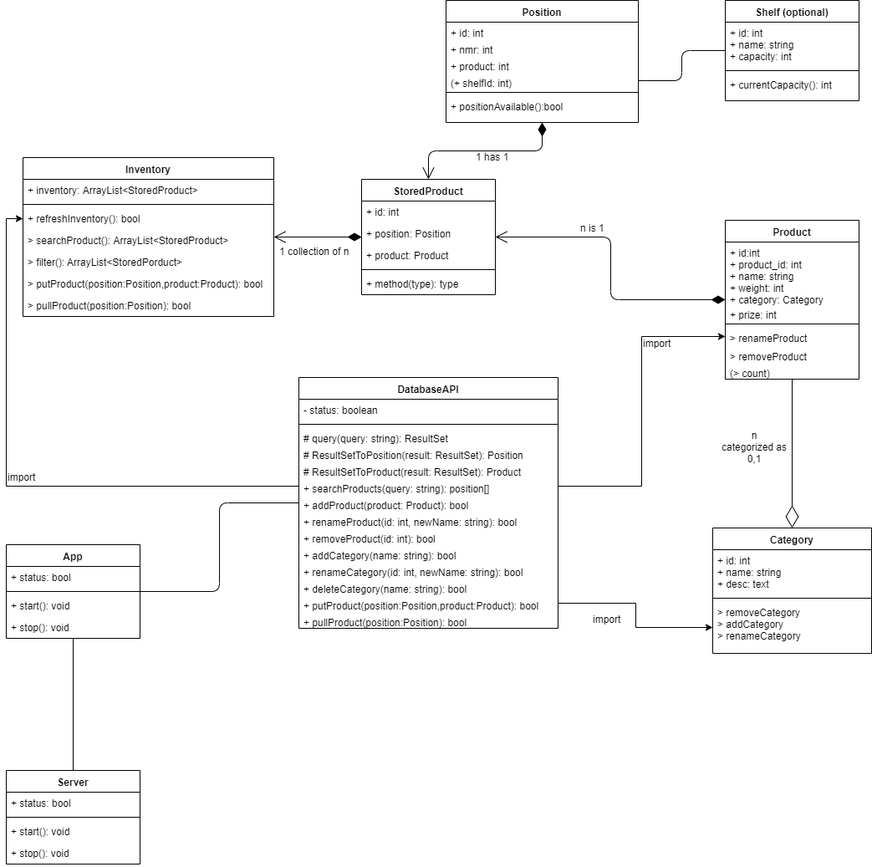
Above: dev/models/UML Klassendiagram.png in callidaria/pen-testing (draw.io), before the change. Source tidied: cells renumbered, new cells last; positions are measured from the earlier drawing's top-left corner, leaving out a move shared by most shapes.
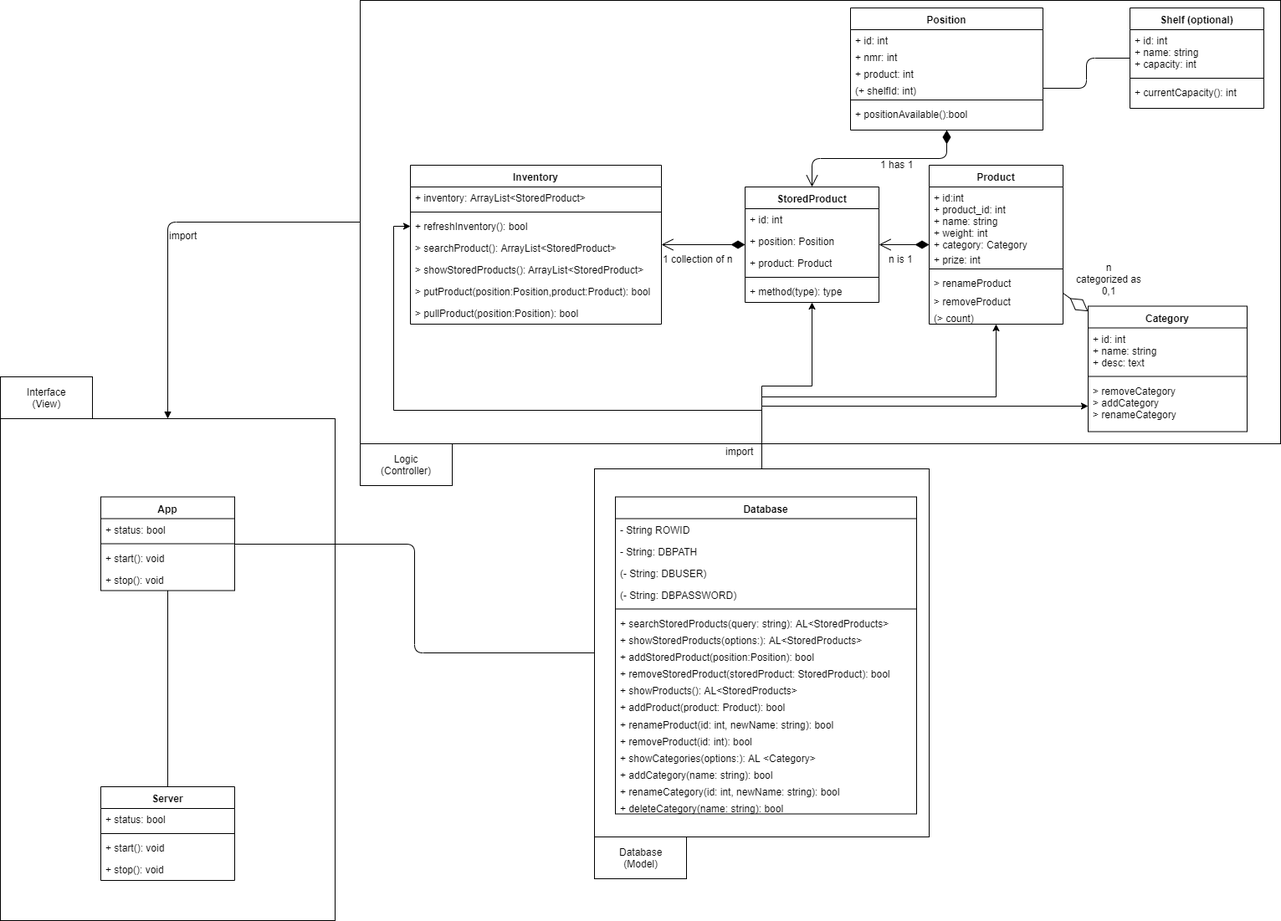
Later version of the same file.

Commit message:
Suggesting new UML KD with 3 packages (database, interface, logic) according to MVC philosophy.

Change to the diagram source:
```diff
@@ -2,6 +2,15 @@
   <root>
     <mxCell id="0" />
     <mxCell id="1" parent="0" />
+    <mxCell id="80" style="rounded=0;whiteSpace=wrap;html=1;" parent="1" vertex="1">
+      <mxGeometry x="-60" y="-9" width="1100" height="530" as="geometry" />
+    </mxCell>
+    <mxCell id="81" style="rounded=0;whiteSpace=wrap;html=1;" parent="1" vertex="1">
+      <mxGeometry x="220" y="551" width="400" height="440" as="geometry" />
+    </mxCell>
+    <mxCell id="82" style="rounded=0;whiteSpace=wrap;html=1;" parent="1" vertex="1">
+      <mxGeometry x="-490" y="491" width="400" height="600" as="geometry" />
+    </mxCell>
     <mxCell id="2" value="Shelf (optional)" style="swimlane;fontStyle=1;align=center;verticalAlign=top;horizontal=1;startSize=26;" parent="1" vertex="1">
       <mxGeometry x="860" width="160" height="120" as="geometry" />
     </mxCell>
@@ -36,7 +45,7 @@
       <mxGeometry y="114" width="230" height="32" as="geometry" />
     </mxCell>
     <mxCell id="13" value="Product" style="swimlane;fontStyle=1;align=center;verticalAlign=top;horizontal=1;startSize=26;" parent="1" vertex="1">
-      <mxGeometry x="860" y="263" width="160" height="190" as="geometry" />
+      <mxGeometry x="620" y="188" width="160" height="190" as="geometry" />
     </mxCell>
     <mxCell id="14" value="+ id:int&#10;+ product_id: int&#10;+ name: string&#10;+ weight: int&#10;+ category: Category" style="text;strokeColor=none;fillColor=none;align=left;verticalAlign=top;spacingLeft=4;spacingRight=4;overflow=hidden;" parent="13" vertex="1">
       <mxGeometry y="26" width="160" height="74" as="geometry" />
@@ -57,7 +66,7 @@
       <mxGeometry y="170" width="160" height="20" as="geometry" />
     </mxCell>
     <mxCell id="20" value="Category" style="swimlane;fontStyle=1;align=center;verticalAlign=top;horizontal=1;startSize=26;" parent="1" vertex="1">
-      <mxGeometry x="845" y="631" width="190" height="150" as="geometry" />
+      <mxGeometry x="810" y="356.5" width="190" height="150" as="geometry" />
     </mxCell>
     <mxCell id="21" value="+ id: int&#10;+ name: string&#10;+ desc: text" style="text;strokeColor=none;fillColor=none;align=left;verticalAlign=top;spacingLeft=4;spacingRight=4;overflow=hidden;" parent="20" vertex="1">
       <mxGeometry y="26" width="190" height="54" as="geometry" />
@@ -69,61 +78,76 @@
       <mxGeometry y="88" width="190" height="62" as="geometry" />
     </mxCell>
     <mxCell id="24" value="n&lt;br&gt;categorized as&lt;br&gt;0,1" style="text;html=1;align=center;verticalAlign=top;spacingTop=-4;" parent="1" vertex="1">
-      <mxGeometry x="850" y="511" width="90" height="40" as="geometry" />
+      <mxGeometry x="790" y="301" width="90" height="40" as="geometry" />
     </mxCell>
-    <mxCell id="25" style="edgeStyle=orthogonalEdgeStyle;rounded=0;jettySize=auto;html=1;exitX=0;exitY=0.5;exitDx=0;exitDy=0;entryX=0;entryY=0.5;entryDx=0;entryDy=0;" parent="1" edge="1" source="32" target="45">
-      <mxGeometry relative="1" as="geometry" />
+    <mxCell id="25" style="edgeStyle=orthogonalEdgeStyle;rounded=0;jettySize=auto;html=1;entryX=0;entryY=0.5;entryDx=0;entryDy=0;" parent="1" edge="1" source="81" target="45">
+      <mxGeometry relative="1" as="geometry">
+        <Array as="points">
+          <mxPoint x="420" y="481" />
+          <mxPoint x="-20" y="481" />
+          <mxPoint x="-20" y="261" />
+        </Array>
+      </mxGeometry>
     </mxCell>
-    <mxCell id="26" value="DatabaseAPI" style="swimlane;fontStyle=1;align=center;verticalAlign=top;horizontal=1;startSize=26;" parent="1" vertex="1">
-      <mxGeometry x="350" y="451" width="310" height="300" as="geometry" />
+    <mxCell id="26" value="Database" style="swimlane;fontStyle=1;align=center;verticalAlign=top;horizontal=1;startSize=26;" parent="1" vertex="1">
+      <mxGeometry x="245" y="584.5" width="360" height="379" as="geometry" />
     </mxCell>
-    <mxCell id="27" value="- status: boolean" style="text;strokeColor=none;fillColor=none;align=left;verticalAlign=top;spacingLeft=4;spacingRight=4;overflow=hidden;" parent="26" vertex="1">
-      <mxGeometry y="26" width="310" height="26" as="geometry" />
+    <mxCell id="27" value="- String ROWID&#10;&#9;&#10;&#9;String DBPATH = &quot;D:\\\\Projects\\\\Java Projects\\\\pen-testing\\\\sqlite\\\\db.pen_testing.db&quot;;&#10;&#9;&#10;&#9;String DBUSER = &quot;root&quot;;&#10;&#9;&#10;&#9;String DBPASSWORD = &quot;password&quot;;" style="text;strokeColor=none;fillColor=none;align=left;verticalAlign=top;spacingLeft=4;spacingRight=4;overflow=hidden;" parent="26" vertex="1">
+      <mxGeometry y="26" width="360" height="26" as="geometry" />
     </mxCell>
+    <mxCell id="83" value="- String: DBPATH" style="text;strokeColor=none;fillColor=none;align=left;verticalAlign=top;spacingLeft=4;spacingRight=4;overflow=hidden;" parent="26" vertex="1">
+      <mxGeometry y="52" width="360" height="26" as="geometry" />
+    </mxCell>
+    <mxCell id="84" value="(- String: DBUSER)" style="text;strokeColor=none;fillColor=none;align=left;verticalAlign=top;spacingLeft=4;spacingRight=4;overflow=hidden;" parent="26" vertex="1">
+      <mxGeometry y="78" width="360" height="26" as="geometry" />
+    </mxCell>
+    <mxCell id="85" value="(- String: DBPASSWORD)" style="text;strokeColor=none;fillColor=none;align=left;verticalAlign=top;spacingLeft=4;spacingRight=4;overflow=hidden;" parent="26" vertex="1">
+      <mxGeometry y="104" width="360" height="26" as="geometry" />
+    </mxCell>
     <mxCell id="28" style="line;strokeWidth=1;fillColor=none;align=left;verticalAlign=middle;spacingTop=-1;spacingLeft=3;spacingRight=3;labelPosition=right;" parent="26" vertex="1">
-      <mxGeometry y="52" width="310" height="8" as="geometry" />
+      <mxGeometry y="130" width="360" height="8" as="geometry" />
     </mxCell>
-    <mxCell id="29" value="# query(query: string): ResultSet" style="text;strokeColor=none;fillColor=none;align=left;verticalAlign=top;spacingLeft=4;spacingRight=4;overflow=hidden;" parent="26" vertex="1">
-      <mxGeometry y="60" width="310" height="20" as="geometry" />
-    </mxCell>
-    <mxCell id="30" value="# ResultSetToPosition(result: ResultSet): Position" style="text;strokeColor=none;fillColor=none;align=left;verticalAlign=top;spacingLeft=4;spacingRight=4;overflow=hidden;" parent="26" vertex="1">
-      <mxGeometry y="80" width="310" height="20" as="geometry" />
-    </mxCell>
-    <mxCell id="31" value="# ResultSetToProduct(result: ResultSet): Product" style="text;strokeColor=none;fillColor=none;align=left;verticalAlign=top;spacingLeft=4;spacingRight=4;overflow=hidden;" parent="26" vertex="1">
-      <mxGeometry y="100" width="310" height="20" as="geometry" />
-    </mxCell>
-    <mxCell id="32" value="+ searchProducts(query: string): position[]" style="text;strokeColor=none;fillColor=none;align=left;verticalAlign=top;spacingLeft=4;spacingRight=4;overflow=hidden;points=[[0,0.5],[1,0.5]];portConstraint=eastwest;" parent="26" vertex="1">
-      <mxGeometry y="120" width="310" height="20" as="geometry" />
+    <mxCell id="32" value="+ searchStoredProducts(query: string): AL&lt;StoredProducts&gt;" style="text;strokeColor=none;fillColor=none;align=left;verticalAlign=top;spacingLeft=4;spacingRight=4;overflow=hidden;points=[[0,0.5],[1,0.5]];portConstraint=eastwest;" parent="26" vertex="1">
+      <mxGeometry y="138" width="360" height="20" as="geometry" />
     </mxCell>
+    <mxCell id="86" value="+ showStoredProducts(options:): AL&lt;StoredProducts&gt;" style="text;strokeColor=none;fillColor=none;align=left;verticalAlign=top;spacingLeft=4;spacingRight=4;overflow=hidden;" parent="26" vertex="1">
+      <mxGeometry y="158" width="360" height="20" as="geometry" />
+    </mxCell>
+    <mxCell id="40" value="+ addStoredProduct(position:Position): bool" style="text;strokeColor=none;fillColor=none;align=left;verticalAlign=top;spacingLeft=4;spacingRight=4;overflow=hidden;" parent="26" vertex="1">
+      <mxGeometry y="178" width="360" height="20" as="geometry" />
+    </mxCell>
+    <mxCell id="39" value="+ removeStoredProduct(storedProduct: StoredProduct): bool" style="text;strokeColor=none;fillColor=none;align=left;verticalAlign=top;spacingLeft=4;spacingRight=4;overflow=hidden;points=[[0,0.5],[1,0.5]];portConstraint=eastwest;" parent="26" vertex="1">
+      <mxGeometry y="198" width="360" height="20" as="geometry" />
+    </mxCell>
+    <mxCell id="87" value="+ showProducts(): AL&lt;StoredProducts&gt;" style="text;strokeColor=none;fillColor=none;align=left;verticalAlign=top;spacingLeft=4;spacingRight=4;overflow=hidden;" parent="26" vertex="1">
+      <mxGeometry y="218" width="360" height="20" as="geometry" />
+    </mxCell>
     <mxCell id="33" value="+ addProduct(product: Product): bool" style="text;strokeColor=none;fillColor=none;align=left;verticalAlign=top;spacingLeft=4;spacingRight=4;overflow=hidden;" parent="26" vertex="1">
-      <mxGeometry y="140" width="310" height="20" as="geometry" />
+      <mxGeometry y="238" width="360" height="21" as="geometry" />
     </mxCell>
     <mxCell id="34" value="+ renameProduct(id: int, newName: string): bool" style="text;strokeColor=none;fillColor=none;align=left;verticalAlign=top;spacingLeft=4;spacingRight=4;overflow=hidden;" parent="26" vertex="1">
-      <mxGeometry y="160" width="310" height="20" as="geometry" />
+      <mxGeometry y="259" width="360" height="20" as="geometry" />
     </mxCell>
     <mxCell id="35" value="+ removeProduct(id: int): bool" style="text;strokeColor=none;fillColor=none;align=left;verticalAlign=top;spacingLeft=4;spacingRight=4;overflow=hidden;" parent="26" vertex="1">
-      <mxGeometry y="180" width="310" height="20" as="geometry" />
+      <mxGeometry y="279" width="360" height="20" as="geometry" />
     </mxCell>
+    <mxCell id="88" value="+ showCategories(options:): AL &lt;Category&gt;" style="text;strokeColor=none;fillColor=none;align=left;verticalAlign=top;spacingLeft=4;spacingRight=4;overflow=hidden;" parent="26" vertex="1">
+      <mxGeometry y="299" width="360" height="20" as="geometry" />
+    </mxCell>
     <mxCell id="36" value="+ addCategory(name: string): bool" style="text;strokeColor=none;fillColor=none;align=left;verticalAlign=top;spacingLeft=4;spacingRight=4;overflow=hidden;" parent="26" vertex="1">
-      <mxGeometry y="200" width="310" height="20" as="geometry" />
+      <mxGeometry y="319" width="360" height="20" as="geometry" />
     </mxCell>
     <mxCell id="37" value="+ renameCategory(id: int, newName: string): bool" style="text;strokeColor=none;fillColor=none;align=left;verticalAlign=top;spacingLeft=4;spacingRight=4;overflow=hidden;" parent="26" vertex="1">
-      <mxGeometry y="220" width="310" height="20" as="geometry" />
+      <mxGeometry y="339" width="360" height="20" as="geometry" />
     </mxCell>
     <mxCell id="38" value="+ deleteCategory(name: string): bool" style="text;strokeColor=none;fillColor=none;align=left;verticalAlign=top;spacingLeft=4;spacingRight=4;overflow=hidden;" parent="26" vertex="1">
-      <mxGeometry y="240" width="310" height="20" as="geometry" />
+      <mxGeometry y="359" width="360" height="20" as="geometry" />
     </mxCell>
-    <mxCell id="39" value="+ putProduct(position:Position,product:Product): bool" style="text;strokeColor=none;fillColor=none;align=left;verticalAlign=top;spacingLeft=4;spacingRight=4;overflow=hidden;points=[[0,0.5],[1,0.5]];portConstraint=eastwest;" parent="26" vertex="1">
-      <mxGeometry y="260" width="310" height="20" as="geometry" />
-    </mxCell>
-    <mxCell id="40" value="+ pullProduct(position:Position): bool" style="text;strokeColor=none;fillColor=none;align=left;verticalAlign=top;spacingLeft=4;spacingRight=4;overflow=hidden;" parent="26" vertex="1">
-      <mxGeometry y="280" width="310" height="20" as="geometry" />
-    </mxCell>
     <mxCell id="41" style="endArrow=none;html=1;edgeStyle=orthogonalEdgeStyle;" parent="1" edge="1" source="2" target="10">
       <mxGeometry relative="1" as="geometry" />
     </mxCell>
     <mxCell id="42" value="Inventory" style="swimlane;fontStyle=1;align=center;verticalAlign=top;horizontal=1;startSize=26;" parent="1" vertex="1">
-      <mxGeometry x="20" y="188" width="300" height="190" as="geometry" />
+      <mxGeometry y="188" width="300" height="190" as="geometry" />
     </mxCell>
     <mxCell id="43" value="+ inventory: ArrayList&lt;StoredProduct&gt;" style="text;strokeColor=none;fillColor=none;align=left;verticalAlign=top;spacingLeft=4;spacingRight=4;overflow=hidden;" parent="42" vertex="1">
       <mxGeometry y="26" width="300" height="26" as="geometry" />
@@ -137,7 +161,7 @@
     <mxCell id="46" value="&gt; searchProduct(): ArrayList&lt;StoredProduct&gt;" style="text;strokeColor=none;fillColor=none;align=left;verticalAlign=top;spacingLeft=4;spacingRight=4;overflow=hidden;" parent="42" vertex="1">
       <mxGeometry y="86" width="300" height="26" as="geometry" />
     </mxCell>
-    <mxCell id="47" value="&gt; filter(): ArrayList&lt;StoredPorduct&gt;" style="text;strokeColor=none;fillColor=none;align=left;verticalAlign=top;spacingLeft=4;spacingRight=4;overflow=hidden;" parent="42" vertex="1">
+    <mxCell id="47" value="&gt; showStoredProducts(): ArrayList&lt;StoredProduct&gt;" style="text;strokeColor=none;fillColor=none;align=left;verticalAlign=top;spacingLeft=4;spacingRight=4;overflow=hidden;" parent="42" vertex="1">
       <mxGeometry y="112" width="300" height="26" as="geometry" />
     </mxCell>
     <mxCell id="48" value="&gt; putProduct(position:Position,product:Product): bool" style="text;strokeColor=none;fillColor=none;align=left;verticalAlign=top;spacingLeft=4;spacingRight=4;overflow=hidden;" parent="42" vertex="1">
@@ -146,23 +170,17 @@
     <mxCell id="49" value="&gt; pullProduct(position:Position): bool" style="text;strokeColor=none;fillColor=none;align=left;verticalAlign=top;spacingLeft=4;spacingRight=4;overflow=hidden;" parent="42" vertex="1">
       <mxGeometry y="164" width="300" height="26" as="geometry" />
     </mxCell>
-    <mxCell id="50" value="import" style="text;html=1;align=left;verticalAlign=top;spacingTop=-4;" parent="1" vertex="1">
-      <mxGeometry y="561" width="50" height="20" as="geometry" />
-    </mxCell>
-    <mxCell id="51" style="edgeStyle=orthogonalEdgeStyle;rounded=0;jettySize=auto;html=1;exitX=1;exitY=0.5;exitDx=0;exitDy=0;" parent="1" edge="1" source="32" target="17">
+    <mxCell id="51" style="edgeStyle=orthogonalEdgeStyle;rounded=0;jettySize=auto;html=1;" parent="1" edge="1" source="81" target="13">
       <mxGeometry relative="1" as="geometry" />
     </mxCell>
-    <mxCell id="52" value="import" style="text;html=1;align=left;verticalAlign=top;spacingTop=-4;" parent="1" vertex="1">
-      <mxGeometry x="760" y="401" width="50" height="20" as="geometry" />
-    </mxCell>
-    <mxCell id="53" style="edgeStyle=orthogonalEdgeStyle;rounded=0;jettySize=auto;html=1;" parent="1" edge="1" source="39" target="23">
+    <mxCell id="53" style="edgeStyle=orthogonalEdgeStyle;rounded=0;jettySize=auto;html=1;" parent="1" edge="1" source="81" target="23">
       <mxGeometry relative="1" as="geometry" />
     </mxCell>
     <mxCell id="54" value="import" style="text;html=1;align=left;verticalAlign=top;spacingTop=-4;" parent="1" vertex="1">
-      <mxGeometry x="700" y="731" width="50" height="20" as="geometry" />
+      <mxGeometry x="375" y="521" width="50" height="20" as="geometry" />
     </mxCell>
     <mxCell id="55" value="StoredProduct" style="swimlane;fontStyle=1;align=center;verticalAlign=top;horizontal=1;startSize=26;" parent="1" vertex="1">
-      <mxGeometry x="425" y="214" width="160" height="138" as="geometry" />
+      <mxGeometry x="400" y="214" width="160" height="138" as="geometry" />
     </mxCell>
     <mxCell id="56" value="+ id: int" style="text;strokeColor=none;fillColor=none;align=left;verticalAlign=top;spacingLeft=4;spacingRight=4;overflow=hidden;" parent="55" vertex="1">
       <mxGeometry y="26" width="160" height="26" as="geometry" />
@@ -183,7 +201,7 @@
       <mxGeometry x="560" y="178" width="50" height="20" as="geometry" />
     </mxCell>
     <mxCell id="62" value="Server" style="swimlane;fontStyle=1;align=center;verticalAlign=top;horizontal=1;startSize=26;" parent="1" vertex="1">
-      <mxGeometry y="921" width="160" height="112" as="geometry" />
+      <mxGeometry x="-370" y="931" width="160" height="112" as="geometry" />
     </mxCell>
     <mxCell id="63" value="+ status: bool" style="text;strokeColor=none;fillColor=none;align=left;verticalAlign=top;spacingLeft=4;spacingRight=4;overflow=hidden;" parent="62" vertex="1">
       <mxGeometry y="26" width="160" height="26" as="geometry" />
@@ -198,7 +216,7 @@
       <mxGeometry y="86" width="160" height="26" as="geometry" />
     </mxCell>
     <mxCell id="67" value="App" style="swimlane;fontStyle=1;align=center;verticalAlign=top;horizontal=1;startSize=26;" parent="1" vertex="1">
-      <mxGeometry y="651" width="160" height="112" as="geometry" />
+      <mxGeometry x="-370" y="584.5" width="160" height="112" as="geometry" />
     </mxCell>
     <mxCell id="68" value="+ status: bool" style="text;strokeColor=none;fillColor=none;align=left;verticalAlign=top;spacingLeft=4;spacingRight=4;overflow=hidden;" parent="67" vertex="1">
       <mxGeometry y="26" width="160" height="26" as="geometry" />
@@ -215,7 +233,7 @@
     <mxCell id="72" style="endArrow=none;html=1;edgeStyle=orthogonalEdgeStyle;exitX=0.5;exitY=0;exitDx=0;exitDy=0;" parent="1" edge="1" source="62" target="67">
       <mxGeometry relative="1" as="geometry" />
     </mxCell>
-    <mxCell id="73" style="endArrow=none;html=1;edgeStyle=orthogonalEdgeStyle;" parent="1" edge="1" source="67" target="26">
+    <mxCell id="73" style="endArrow=none;html=1;edgeStyle=orthogonalEdgeStyle;" parent="1" edge="1" source="67" target="81">
       <mxGeometry relative="1" as="geometry" />
     </mxCell>
     <mxCell id="74" style="endArrow=open;html=1;endSize=12;startArrow=diamondThin;startSize=14;startFill=1;edgeStyle=orthogonalEdgeStyle;align=left;verticalAlign=bottom;" parent="1" edge="1" source="55" target="42">
@@ -224,7 +242,7 @@
       </mxGeometry>
     </mxCell>
     <mxCell id="75" value="1 collection of n" style="text;html=1;align=left;verticalAlign=top;spacingTop=-4;" parent="1" vertex="1">
-      <mxGeometry x="325" y="291" width="100" height="20" as="geometry" />
+      <mxGeometry x="300" y="291" width="100" height="20" as="geometry" />
     </mxCell>
     <mxCell id="76" style="endArrow=open;html=1;endSize=12;startArrow=diamondThin;startSize=14;startFill=1;edgeStyle=orthogonalEdgeStyle;align=left;verticalAlign=bottom;" parent="1" edge="1" source="6" target="55">
       <mxGeometry y="-124" relative="1" as="geometry">
@@ -237,10 +255,31 @@
       </mxGeometry>
     </mxCell>
     <mxCell id="78" value="n is 1" style="text;html=1;align=left;verticalAlign=top;spacingTop=-4;" parent="1" vertex="1">
-      <mxGeometry x="685" y="263" width="40" height="20" as="geometry" />
+      <mxGeometry x="570" y="291" width="40" height="20" as="geometry" />
     </mxCell>
     <mxCell id="79" style="endArrow=diamondThin;endFill=0;endSize=24;html=1;" parent="1" edge="1" source="13" target="20">
       <mxGeometry relative="1" as="geometry" />
     </mxCell>
+    <mxCell id="89" value="Interface&lt;br&gt;(View)" style="html=1;" parent="1" vertex="1">
+      <mxGeometry x="-490" y="441" width="110" height="50" as="geometry" />
+    </mxCell>
+    <mxCell id="90" value="Database&lt;br&gt;(Model)" style="html=1;" parent="1" vertex="1">
+      <mxGeometry x="220" y="991" width="110" height="50" as="geometry" />
+    </mxCell>
+    <mxCell id="91" value="Logic&lt;br&gt;(Controller)" style="html=1;" parent="1" vertex="1">
+      <mxGeometry x="-60" y="521" width="110" height="50" as="geometry" />
+    </mxCell>
+    <mxCell id="92" style="endArrow=block;endFill=1;html=1;edgeStyle=orthogonalEdgeStyle;align=left;verticalAlign=top;entryX=0.5;entryY=0;entryDx=0;entryDy=0;" parent="1" edge="1" source="80" target="82">
+      <mxGeometry x="-1" relative="1" as="geometry" />
+    </mxCell>
+    <mxCell id="93" style="html=1;align=left;verticalAlign=bottom;labelBackgroundColor=#ffffff;fontSize=10;" parent="92" vertex="1">
+      <mxGeometry x="-1" relative="1" as="geometry" />
+    </mxCell>
+    <mxCell id="94" value="import" style="text;html=1;align=left;verticalAlign=top;spacingTop=-4;" parent="1" vertex="1">
+      <mxGeometry x="-290" y="263" width="50" height="20" as="geometry" />
+    </mxCell>
+    <mxCell id="95" style="edgeStyle=orthogonalEdgeStyle;rounded=0;jettySize=auto;html=1;" parent="1" edge="1" source="81" target="55">
+      <mxGeometry relative="1" as="geometry" />
+    </mxCell>
   </root>
 </mxGraphModel>
```
